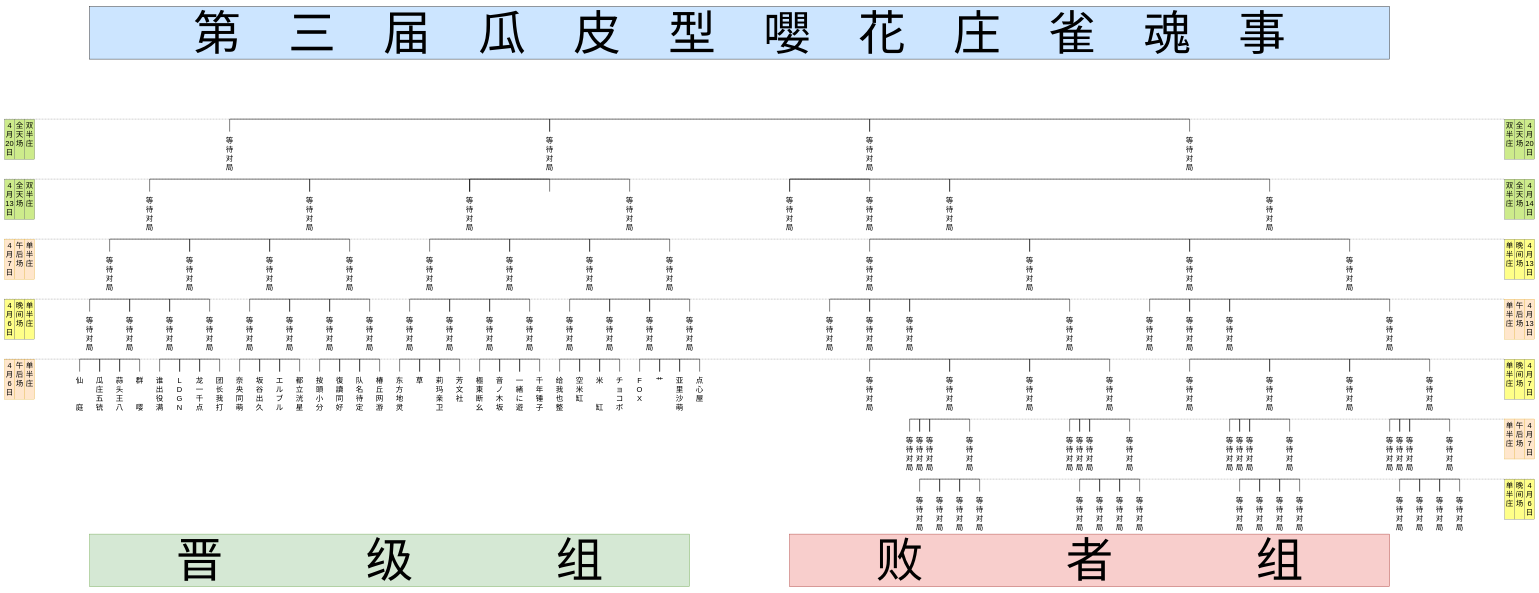
Earlier version of the draw.io diagram Tree Diagram.drawio (psc2350/pcr.mahjong.pub). Source tidied: cells renumbered, new cells numbered last; positions are measured from the earlier drawing's top-left corner, leaving out a move shared by most shapes. Both pictures are drawn from the tidied source at 25%, with x=0, y=0 at pixel (4, 6).
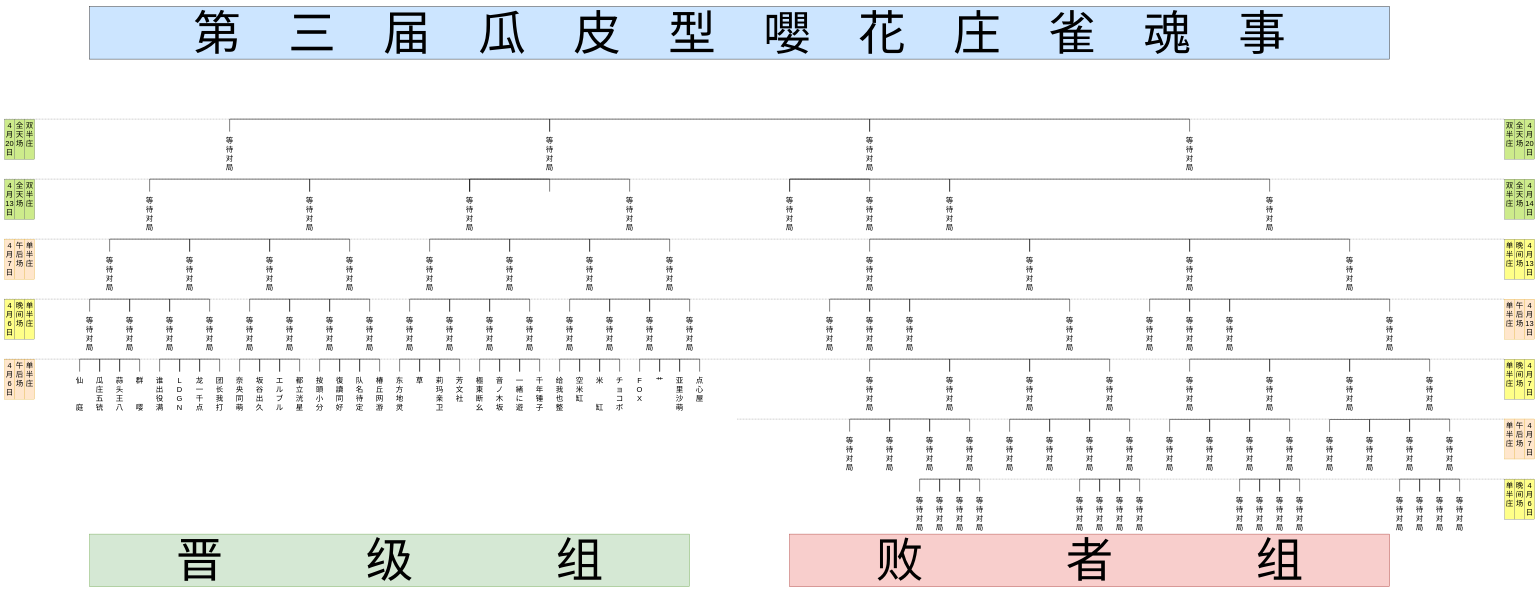
The same page after the edit.

Unchanged cells that the change refers to:
```xml
<mxCell id="3" style="group;" parent="1" vertex="1">
  <mxGeometry x="280" y="450" width="5560" height="1660" as="geometry" />
</mxCell>
```

What changed in the source:
```diff
@@
-    <mxCell id="196" style="strokeWidth=2;html=1;shape=mxgraph.flowchart.annotation_1;align=left;direction=south;fontFamily=FZZhunYuan-M02;fontSize=30;" parent="3" vertex="1">
-      <mxGeometry x="3380" y="1200" width="40" height="50" as="geometry" />
-    </mxCell>
-    <mxCell id="197" style="strokeWidth=2;html=1;shape=mxgraph.flowchart.annotation_1;align=left;direction=south;fontFamily=FZZhunYuan-M02;fontSize=30;" parent="3" vertex="1">
-      <mxGeometry x="3340" y="1200" width="40" height="50" as="geometry" />
-    </mxCell>
-    <mxCell id="198" value="等待对局&lt;br&gt;" style="text;html=1;strokeColor=none;fillColor=none;align=center;verticalAlign=top;whiteSpace=wrap;rounded=0;fontFamily=FZZhunYuan-M02;horizontal=1;fontSize=30;" parent="3" vertex="1">
-      <mxGeometry x="3360" y="1260" width="40" height="160" as="geometry" />
-    </mxCell>
-    <mxCell id="199" value="等待对局&lt;br&gt;" style="text;html=1;strokeColor=none;fillColor=none;align=center;verticalAlign=top;whiteSpace=wrap;rounded=0;fontFamily=FZZhunYuan-M02;horizontal=1;fontSize=30;" parent="3" vertex="1">
-      <mxGeometry x="3320" y="1260" width="40" height="160" as="geometry" />
-    </mxCell>
-    <mxCell id="200" style="strokeWidth=2;html=1;shape=mxgraph.flowchart.annotation_1;align=left;direction=south;fontFamily=FZZhunYuan-M02;fontSize=30;" parent="3" vertex="1">
-      <mxGeometry x="4020" y="1200" width="40" height="50" as="geometry" />
-    </mxCell>
-    <mxCell id="201" style="strokeWidth=2;html=1;shape=mxgraph.flowchart.annotation_1;align=left;direction=south;fontFamily=FZZhunYuan-M02;fontSize=30;" parent="3" vertex="1">
-      <mxGeometry x="3980" y="1200" width="40" height="50" as="geometry" />
-    </mxCell>
-    <mxCell id="202" value="等待对局&lt;br&gt;" style="text;html=1;strokeColor=none;fillColor=none;align=center;verticalAlign=top;whiteSpace=wrap;rounded=0;fontFamily=FZZhunYuan-M02;horizontal=1;fontSize=30;" parent="3" vertex="1">
-      <mxGeometry x="4000" y="1260" width="40" height="160" as="geometry" />
-    </mxCell>
-    <mxCell id="203" value="等待对局&lt;br&gt;" style="text;html=1;strokeColor=none;fillColor=none;align=center;verticalAlign=top;whiteSpace=wrap;rounded=0;fontFamily=FZZhunYuan-M02;horizontal=1;fontSize=30;" parent="3" vertex="1">
-      <mxGeometry x="3960" y="1260" width="40" height="160" as="geometry" />
-    </mxCell>
-    <mxCell id="204" style="strokeWidth=2;html=1;shape=mxgraph.flowchart.annotation_1;align=left;direction=south;fontFamily=FZZhunYuan-M02;fontSize=30;" parent="3" vertex="1">
-      <mxGeometry x="4660" y="1200" width="40" height="50" as="geometry" />
-    </mxCell>
-    <mxCell id="205" style="strokeWidth=2;html=1;shape=mxgraph.flowchart.annotation_1;align=left;direction=south;fontFamily=FZZhunYuan-M02;fontSize=30;" parent="3" vertex="1">
-      <mxGeometry x="4620" y="1200" width="40" height="50" as="geometry" />
-    </mxCell>
-    <mxCell id="206" value="等待对局&lt;br&gt;" style="text;html=1;strokeColor=none;fillColor=none;align=center;verticalAlign=top;whiteSpace=wrap;rounded=0;fontFamily=FZZhunYuan-M02;horizontal=1;fontSize=30;" parent="3" vertex="1">
-      <mxGeometry x="4640" y="1260" width="40" height="160" as="geometry" />
-    </mxCell>
-    <mxCell id="207" value="等待对局&lt;br&gt;" style="text;html=1;strokeColor=none;fillColor=none;align=center;verticalAlign=top;whiteSpace=wrap;rounded=0;fontFamily=FZZhunYuan-M02;horizontal=1;fontSize=30;" parent="3" vertex="1">
-      <mxGeometry x="4600" y="1260" width="40" height="160" as="geometry" />
-    </mxCell>
-    <mxCell id="208" style="strokeWidth=2;html=1;shape=mxgraph.flowchart.annotation_1;align=left;direction=south;fontFamily=FZZhunYuan-M02;fontSize=30;" parent="3" vertex="1">
-      <mxGeometry x="5300.2" y="1200" width="40" height="50" as="geometry" />
-    </mxCell>
-    <mxCell id="209" style="strokeWidth=2;html=1;shape=mxgraph.flowchart.annotation_1;align=left;direction=south;fontFamily=FZZhunYuan-M02;fontSize=30;" parent="3" vertex="1">
-      <mxGeometry x="5260.2" y="1200" width="40" height="50" as="geometry" />
-    </mxCell>
-    <mxCell id="210" value="等待对局&lt;br&gt;" style="text;html=1;strokeColor=none;fillColor=none;align=center;verticalAlign=top;whiteSpace=wrap;rounded=0;fontFamily=FZZhunYuan-M02;horizontal=1;fontSize=30;" parent="3" vertex="1">
-      <mxGeometry x="5280.2" y="1260" width="40" height="160" as="geometry" />
-    </mxCell>
-    <mxCell id="211" value="等待对局&lt;br&gt;" style="text;html=1;strokeColor=none;fillColor=none;align=center;verticalAlign=top;whiteSpace=wrap;rounded=0;fontFamily=FZZhunYuan-M02;horizontal=1;fontSize=30;" parent="3" vertex="1">
-      <mxGeometry x="5240.2" y="1260" width="40" height="160" as="geometry" />
-    </mxCell>
@@
+    <mxCell id="260" value="等待对局&lt;br&gt;" style="text;html=1;strokeColor=none;fillColor=none;align=center;verticalAlign=top;whiteSpace=wrap;rounded=0;fontFamily=FZZhunYuan-M02;horizontal=1;fontSize=30;" parent="3" vertex="1">
+      <mxGeometry x="3240" y="1259.5" width="40" height="160" as="geometry" />
+    </mxCell>
+    <mxCell id="261" style="strokeWidth=2;html=1;shape=mxgraph.flowchart.annotation_1;align=left;direction=south;fontFamily=FZZhunYuan-M02;fontSize=30;" parent="3" vertex="1">
+      <mxGeometry x="3260" y="1199.5" width="160" height="50" as="geometry" />
+    </mxCell>
+    <mxCell id="262" value="等待对局&lt;br&gt;" style="text;html=1;strokeColor=none;fillColor=none;align=center;verticalAlign=top;whiteSpace=wrap;rounded=0;fontFamily=FZZhunYuan-M02;horizontal=1;fontSize=30;" parent="3" vertex="1">
+      <mxGeometry x="3080" y="1260" width="40" height="160" as="geometry" />
+    </mxCell>
+    <mxCell id="263" style="strokeWidth=2;html=1;shape=mxgraph.flowchart.annotation_1;align=left;direction=south;fontFamily=FZZhunYuan-M02;fontSize=30;" parent="3" vertex="1">
+      <mxGeometry x="3100" y="1200" width="160" height="50" as="geometry" />
+    </mxCell>
+    <mxCell id="264" value="等待对局&lt;br&gt;" style="text;html=1;strokeColor=none;fillColor=none;align=center;verticalAlign=top;whiteSpace=wrap;rounded=0;fontFamily=FZZhunYuan-M02;horizontal=1;fontSize=30;" parent="3" vertex="1">
+      <mxGeometry x="3880" y="1260" width="40" height="160" as="geometry" />
+    </mxCell>
+    <mxCell id="265" style="strokeWidth=2;html=1;shape=mxgraph.flowchart.annotation_1;align=left;direction=south;fontFamily=FZZhunYuan-M02;fontSize=30;" parent="3" vertex="1">
+      <mxGeometry x="3900" y="1200" width="160" height="50" as="geometry" />
+    </mxCell>
+    <mxCell id="266" value="等待对局&lt;br&gt;" style="text;html=1;strokeColor=none;fillColor=none;align=center;verticalAlign=top;whiteSpace=wrap;rounded=0;fontFamily=FZZhunYuan-M02;horizontal=1;fontSize=30;" parent="3" vertex="1">
+      <mxGeometry x="3720" y="1260.5" width="40" height="160" as="geometry" />
+    </mxCell>
+    <mxCell id="267" style="strokeWidth=2;html=1;shape=mxgraph.flowchart.annotation_1;align=left;direction=south;fontFamily=FZZhunYuan-M02;fontSize=30;" parent="3" vertex="1">
+      <mxGeometry x="3740" y="1200.5" width="160" height="50" as="geometry" />
+    </mxCell>
+    <mxCell id="268" value="等待对局&lt;br&gt;" style="text;html=1;strokeColor=none;fillColor=none;align=center;verticalAlign=top;whiteSpace=wrap;rounded=0;fontFamily=FZZhunYuan-M02;horizontal=1;fontSize=30;" parent="3" vertex="1">
+      <mxGeometry x="4520" y="1260.5" width="40" height="160" as="geometry" />
+    </mxCell>
+    <mxCell id="269" style="strokeWidth=2;html=1;shape=mxgraph.flowchart.annotation_1;align=left;direction=south;fontFamily=FZZhunYuan-M02;fontSize=30;" parent="3" vertex="1">
+      <mxGeometry x="4540" y="1200.5" width="160" height="50" as="geometry" />
+    </mxCell>
+    <mxCell id="270" value="等待对局&lt;br&gt;" style="text;html=1;strokeColor=none;fillColor=none;align=center;verticalAlign=top;whiteSpace=wrap;rounded=0;fontFamily=FZZhunYuan-M02;horizontal=1;fontSize=30;" parent="3" vertex="1">
+      <mxGeometry x="4360" y="1261" width="40" height="160" as="geometry" />
+    </mxCell>
+    <mxCell id="271" style="strokeWidth=2;html=1;shape=mxgraph.flowchart.annotation_1;align=left;direction=south;fontFamily=FZZhunYuan-M02;fontSize=30;" parent="3" vertex="1">
+      <mxGeometry x="4380" y="1201" width="160" height="50" as="geometry" />
+    </mxCell>
+    <mxCell id="272" value="等待对局&lt;br&gt;" style="text;html=1;strokeColor=none;fillColor=none;align=center;verticalAlign=top;whiteSpace=wrap;rounded=0;fontFamily=FZZhunYuan-M02;horizontal=1;fontSize=30;" parent="3" vertex="1">
+      <mxGeometry x="5159.8" y="1261" width="40" height="160" as="geometry" />
+    </mxCell>
+    <mxCell id="273" style="strokeWidth=2;html=1;shape=mxgraph.flowchart.annotation_1;align=left;direction=south;fontFamily=FZZhunYuan-M02;fontSize=30;" parent="3" vertex="1">
+      <mxGeometry x="5179.8" y="1201" width="160" height="50" as="geometry" />
+    </mxCell>
+    <mxCell id="274" value="等待对局&lt;br&gt;" style="text;html=1;strokeColor=none;fillColor=none;align=center;verticalAlign=top;whiteSpace=wrap;rounded=0;fontFamily=FZZhunYuan-M02;horizontal=1;fontSize=30;" parent="3" vertex="1">
+      <mxGeometry x="4999.8" y="1261.5" width="40" height="160" as="geometry" />
+    </mxCell>
+    <mxCell id="275" style="strokeWidth=2;html=1;shape=mxgraph.flowchart.annotation_1;align=left;direction=south;fontFamily=FZZhunYuan-M02;fontSize=30;" parent="3" vertex="1">
+      <mxGeometry x="5019.8" y="1201.5" width="160" height="50" as="geometry" />
+    </mxCell>
@@
-    <mxCell id="235" style="endArrow=none;dashed=1;html=1;exitX=0;exitY=1;exitDx=0;exitDy=0;exitPerimeter=0;" parent="1" edge="1" source="197">
+    <mxCell id="235" style="endArrow=none;dashed=1;html=1;exitX=0;exitY=1;exitDx=0;exitDy=0;exitPerimeter=0;" parent="1" edge="1">
       <mxGeometry relative="1" as="geometry">
+        <mxPoint x="2930" y="1650" as="sourcePoint" />
         <mxPoint x="6000" y="1650" as="targetPoint" />
       </mxGeometry>
     </mxCell>
```
